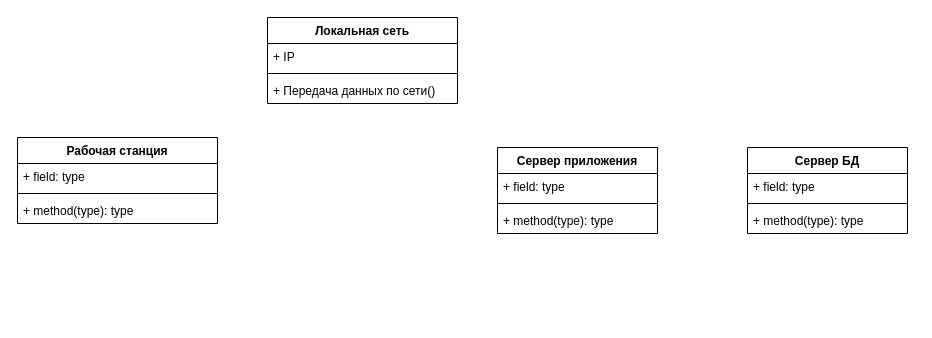
hiff0/db-city-council keeps this draw.io diagram as Определение проекта АИС.drawio. Above is the earlier version. Source tidied: cells renumbered, new cells numbered last; positions are measured from the earlier drawing's top-left corner, leaving out a move shared by most shapes. Both pictures are drawn from the tidied source at 100%, with x=0, y=0 at pixel (17, 17).
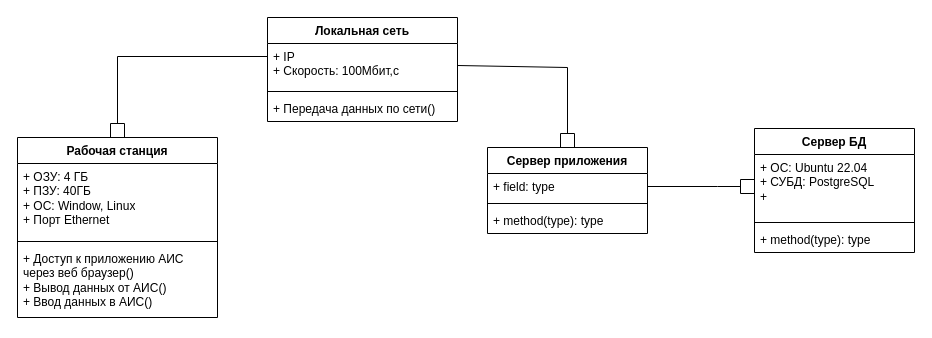
Above is the later version.

Unchanged cells that the change refers to:
```xml
<mxCell id="11" value="+ field: type" style="text;strokeColor=none;fillColor=none;align=left;verticalAlign=top;spacingLeft=4;spacingRight=4;overflow=hidden;points=[[0,0.5],[1,0.5]];portConstraint=eastwest;whiteSpace=wrap;html=1;" parent="10" vertex="1">
  <mxGeometry y="26" width="160" height="26" as="geometry" />
</mxCell>
```

Diff of the diagram source:
```diff
@@
     <mxCell id="2" value="Локальная сеть" style="swimlane;fontStyle=1;align=center;verticalAlign=top;horizontal=1;startSize=26;whiteSpace=wrap;html=1;" parent="1" vertex="1">
-      <mxGeometry x="250" width="190" height="86" as="geometry" />
+      <mxGeometry x="250" width="190" height="104" as="geometry" />
     </mxCell>
-    <mxCell id="3" value="+ IP" style="text;strokeColor=none;fillColor=none;align=left;verticalAlign=top;spacingLeft=4;spacingRight=4;overflow=hidden;whiteSpace=wrap;html=1;" parent="2" vertex="1">
-      <mxGeometry y="26" width="190" height="26" as="geometry" />
-    </mxCell>
+    <mxCell id="18" value="+ IP&lt;div&gt;+ С&lt;span style=&quot;background-color: initial;&quot;&gt;корость: 100Мбит,с&lt;/span&gt;&lt;/div&gt;" style="text;strokeColor=none;fillColor=none;align=left;verticalAlign=top;spacingLeft=4;spacingRight=4;overflow=hidden;points=[[0,0.5],[1,0.5]];portConstraint=eastwest;whiteSpace=wrap;html=1;" parent="2" vertex="1">
+      <mxGeometry y="26" width="190" height="44" as="geometry" />
+    </mxCell>
     <mxCell id="4" style="line;strokeWidth=1;fillColor=none;align=left;verticalAlign=middle;spacingTop=-1;spacingLeft=3;spacingRight=3;labelPosition=right;strokeColor=inherit;" parent="2" vertex="1">
-      <mxGeometry y="52" width="190" height="8" as="geometry" />
+      <mxGeometry y="70" width="190" height="8" as="geometry" />
     </mxCell>
     <mxCell id="5" value="+ Передача данных по сети()" style="text;strokeColor=none;fillColor=none;align=left;verticalAlign=top;spacingLeft=4;spacingRight=4;overflow=hidden;whiteSpace=wrap;html=1;" parent="2" vertex="1">
-      <mxGeometry y="60" width="190" height="26" as="geometry" />
+      <mxGeometry y="78" width="190" height="26" as="geometry" />
     </mxCell>
     <mxCell id="6" value="Рабочая станция" style="swimlane;fontStyle=1;align=center;verticalAlign=top;horizontal=1;startSize=26;whiteSpace=wrap;html=1;" parent="1" vertex="1">
-      <mxGeometry y="120" width="200" height="86" as="geometry" />
+      <mxGeometry y="120" width="200" height="180" as="geometry" />
     </mxCell>
-    <mxCell id="7" value="+ field: type" style="text;strokeColor=none;fillColor=none;align=left;verticalAlign=top;spacingLeft=4;spacingRight=4;overflow=hidden;whiteSpace=wrap;html=1;" parent="6" vertex="1">
-      <mxGeometry y="26" width="200" height="26" as="geometry" />
+    <mxCell id="7" value="+ ОЗУ: 4 ГБ&lt;div&gt;+ ПЗУ: 40ГБ&lt;/div&gt;&lt;div&gt;+ ОС: Window, Linux&lt;/div&gt;&lt;div&gt;+ Порт Ethernet&lt;/div&gt;" style="text;strokeColor=none;fillColor=none;align=left;verticalAlign=top;spacingLeft=4;spacingRight=4;overflow=hidden;whiteSpace=wrap;html=1;" parent="6" vertex="1">
+      <mxGeometry y="26" width="200" height="74" as="geometry" />
     </mxCell>
     <mxCell id="8" style="line;strokeWidth=1;fillColor=none;align=left;verticalAlign=middle;spacingTop=-1;spacingLeft=3;spacingRight=3;labelPosition=right;strokeColor=inherit;" parent="6" vertex="1">
-      <mxGeometry y="52" width="200" height="8" as="geometry" />
+      <mxGeometry y="100" width="200" height="8" as="geometry" />
     </mxCell>
-    <mxCell id="9" value="+ method(type): type" style="text;strokeColor=none;fillColor=none;align=left;verticalAlign=top;spacingLeft=4;spacingRight=4;overflow=hidden;whiteSpace=wrap;html=1;" parent="6" vertex="1">
-      <mxGeometry y="60" width="200" height="26" as="geometry" />
+    <mxCell id="9" value="+ Доступ к приложению АИС через веб браузер()&lt;div&gt;+ Вывод данных от АИС()&lt;/div&gt;&lt;div&gt;+ Ввод данных в АИС()&lt;/div&gt;" style="text;strokeColor=none;fillColor=none;align=left;verticalAlign=top;spacingLeft=4;spacingRight=4;overflow=hidden;whiteSpace=wrap;html=1;" parent="6" vertex="1">
+      <mxGeometry y="108" width="200" height="72" as="geometry" />
     </mxCell>
     <mxCell id="10" value="Сервер приложения" style="swimlane;fontStyle=1;align=center;verticalAlign=top;horizontal=1;startSize=26;whiteSpace=wrap;html=1;" parent="1" vertex="1">
-      <mxGeometry x="480" y="130" width="160" height="86" as="geometry" />
+      <mxGeometry x="470" y="130" width="160" height="86" as="geometry" />
     </mxCell>
@@
     <mxCell id="14" value="Сервер БД" style="swimlane;fontStyle=1;align=center;verticalAlign=top;horizontal=1;startSize=26;whiteSpace=wrap;html=1;" parent="1" vertex="1">
-      <mxGeometry x="730" y="130" width="160" height="86" as="geometry" />
+      <mxGeometry x="737" y="111" width="160" height="124" as="geometry" />
     </mxCell>
-    <mxCell id="15" value="+ field: type" style="text;strokeColor=none;fillColor=none;align=left;verticalAlign=top;spacingLeft=4;spacingRight=4;overflow=hidden;points=[[0,0.5],[1,0.5]];portConstraint=eastwest;whiteSpace=wrap;html=1;" parent="14" vertex="1">
-      <mxGeometry y="26" width="160" height="26" as="geometry" />
+    <mxCell id="15" value="+ ОС: Ubuntu 22.04&lt;div&gt;+ СУБД: PostgreSQL&lt;/div&gt;&lt;div&gt;+&amp;nbsp;&lt;br&gt;&lt;div&gt;&lt;br&gt;&lt;/div&gt;&lt;/div&gt;" style="text;strokeColor=none;fillColor=none;align=left;verticalAlign=top;spacingLeft=4;spacingRight=4;overflow=hidden;points=[[0,0.5],[1,0.5]];portConstraint=eastwest;whiteSpace=wrap;html=1;" parent="14" vertex="1">
+      <mxGeometry y="26" width="160" height="64" as="geometry" />
     </mxCell>
     <mxCell id="16" style="line;strokeWidth=1;fillColor=none;align=left;verticalAlign=middle;spacingTop=-1;spacingLeft=3;spacingRight=3;labelPosition=right;strokeColor=inherit;" parent="14" vertex="1">
-      <mxGeometry y="52" width="160" height="8" as="geometry" />
+      <mxGeometry y="90" width="160" height="8" as="geometry" />
     </mxCell>
     <mxCell id="17" value="+ method(type): type" style="text;strokeColor=none;fillColor=none;align=left;verticalAlign=top;spacingLeft=4;spacingRight=4;overflow=hidden;whiteSpace=wrap;html=1;" parent="14" vertex="1">
-      <mxGeometry y="60" width="160" height="26" as="geometry" />
+      <mxGeometry y="98" width="160" height="26" as="geometry" />
     </mxCell>
+    <mxCell id="19" style="endArrow=box;endFill=0;endSize=12;html=1;rounded=0;exitX=0;exitY=0.5;exitDx=0;exitDy=0;" parent="1" edge="1">
+      <mxGeometry relative="1" as="geometry">
+        <mxPoint x="250" y="39" as="sourcePoint" />
+        <mxPoint x="100" y="120" as="targetPoint" />
+        <Array as="points">
+          <mxPoint x="100" y="39" />
+        </Array>
+      </mxGeometry>
+    </mxCell>
+    <mxCell id="20" style="endArrow=box;endFill=0;endSize=12;html=1;rounded=0;exitX=1;exitY=0.5;exitDx=0;exitDy=0;entryX=0.5;entryY=0;entryDx=0;entryDy=0;" parent="1" edge="1" source="18" target="10">
+      <mxGeometry relative="1" as="geometry">
+        <Array as="points">
+          <mxPoint x="550" y="50" />
+        </Array>
+      </mxGeometry>
+    </mxCell>
+    <mxCell id="21" style="endArrow=box;endFill=0;endSize=12;html=1;rounded=0;exitX=1;exitY=0.5;exitDx=0;exitDy=0;entryX=0;entryY=0.5;entryDx=0;entryDy=0;" parent="1" edge="1" source="11" target="15">
+      <mxGeometry relative="1" as="geometry">
+        <Array as="points">
+          <mxPoint x="700" y="169" />
+        </Array>
+      </mxGeometry>
+    </mxCell>
```
